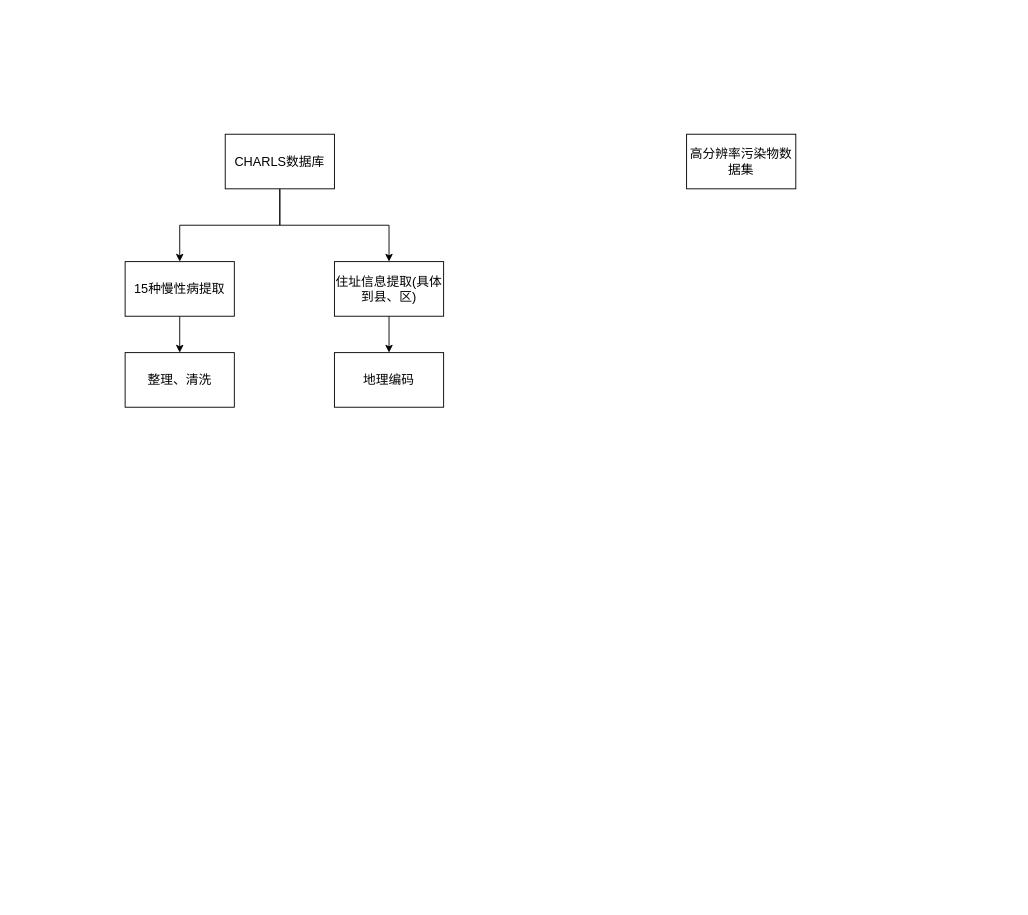
The draw.io diagram all/技术路线.drawio in 1059363121/iodraw-files, before the edit. Source tidied: cells renumbered, new cells numbered last; positions are measured from the earlier drawing's top-left corner, leaving out a move shared by most shapes. Both pictures are drawn from the tidied source at 91%, with x=0, y=0 at pixel (125, 134).
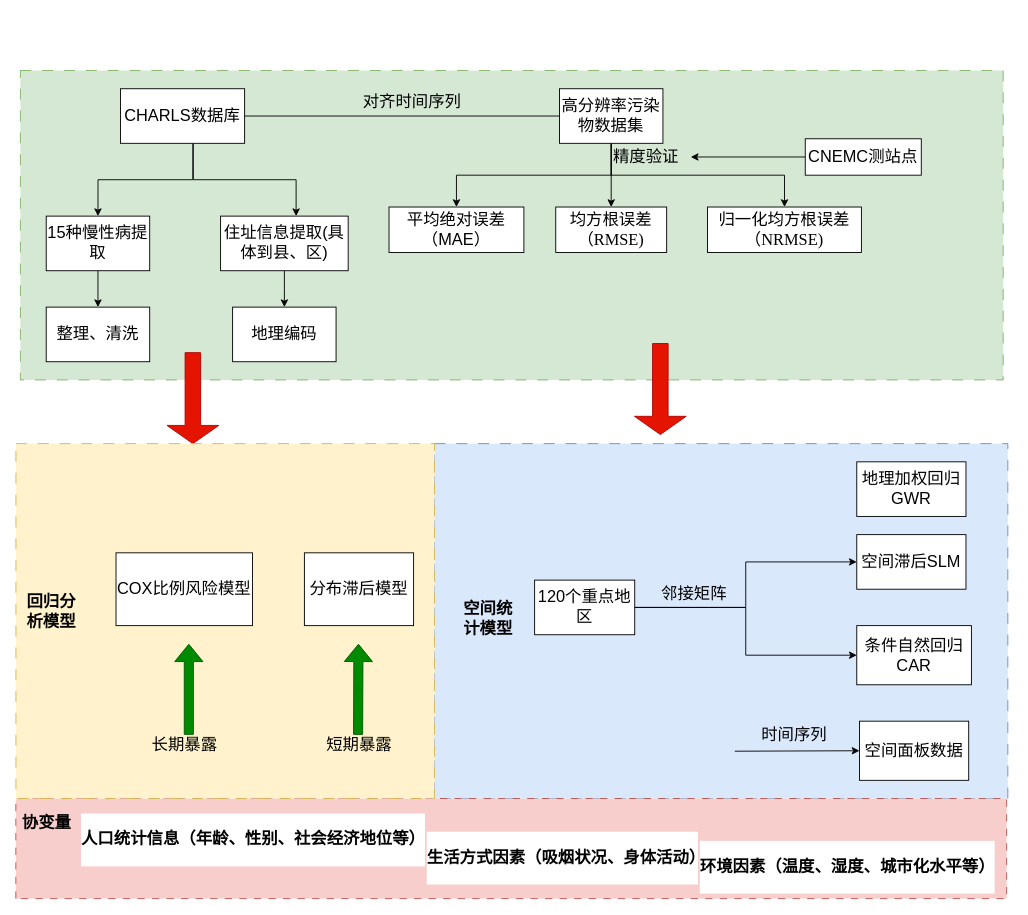
The same page after the edit.

Commit message:
更新技术路线.drawio

Change to the diagram source:
```diff
@@
+    <mxCell id="12" style="rounded=0;whiteSpace=wrap;html=1;dashed=1;dashPattern=12 12;fillColor=#dae8fc;strokeColor=#6c8ebf;fontSize=18;" parent="1" vertex="1">
+      <mxGeometry x="340" y="340" width="630" height="390" as="geometry" />
+    </mxCell>
+    <mxCell id="13" value="地理加权回归GWR" style="whiteSpace=wrap;html=1;fontSize=18;" parent="1" vertex="1">
+      <mxGeometry x="804" y="360" width="120" height="60" as="geometry" />
+    </mxCell>
+    <mxCell id="14" value="条件自然回归CAR" style="whiteSpace=wrap;html=1;strokeColor=default;align=center;verticalAlign=middle;fontFamily=Helvetica;fontSize=18;fontColor=default;fillColor=default;" parent="1" vertex="1">
+      <mxGeometry x="804" y="540" width="126" height="65" as="geometry" />
+    </mxCell>
+    <mxCell id="15" value="空间面板数据" style="whiteSpace=wrap;html=1;fontSize=18;" parent="1" vertex="1">
+      <mxGeometry x="807" y="645" width="120" height="65" as="geometry" />
+    </mxCell>
+    <mxCell id="16" style="edgeStyle=orthogonalEdgeStyle;rounded=0;jettySize=auto;html=1;entryX=0;entryY=0.5;entryDx=0;entryDy=0;fontSize=18;" parent="1" edge="1" source="18" target="20">
+      <mxGeometry relative="1" as="geometry" />
+    </mxCell>
+    <mxCell id="17" style="edgeStyle=orthogonalEdgeStyle;rounded=0;jettySize=auto;html=1;exitX=1;exitY=0.5;exitDx=0;exitDy=0;entryX=0;entryY=0.5;entryDx=0;entryDy=0;fontSize=18;" parent="1" edge="1" source="18" target="14">
+      <mxGeometry relative="1" as="geometry" />
+    </mxCell>
+    <mxCell id="18" value="120个重点地区" style="whiteSpace=wrap;html=1;rounded=0;strokeColor=default;align=center;verticalAlign=middle;fontFamily=Helvetica;fontSize=18;fontColor=default;fillColor=default;" parent="1" vertex="1">
+      <mxGeometry x="450" y="490" width="110" height="60" as="geometry" />
+    </mxCell>
+    <mxCell id="19" value="邻接矩阵" style="text;html=1;align=center;verticalAlign=middle;strokeColor=none;fillColor=none;fontSize=18;" parent="1" vertex="1">
+      <mxGeometry x="575" y="485" width="100" height="40" as="geometry" />
+    </mxCell>
+    <mxCell id="20" value="空间滞后SLM" style="whiteSpace=wrap;html=1;fontSize=18;" parent="1" vertex="1">
+      <mxGeometry x="804" y="440" width="120" height="60" as="geometry" />
+    </mxCell>
+    <mxCell id="21" style="rounded=0;whiteSpace=wrap;html=1;fillColor=#f8cecc;strokeColor=#b85450;rotation=-90;dashed=1;dashPattern=8 8;fontSize=18;" parent="1" vertex="1">
+      <mxGeometry x="369.3" y="240.6" width="110" height="1088.8" as="geometry" />
+    </mxCell>
+    <mxCell id="22" value="&lt;h1 style=&quot;margin-top: 0px; font-size: 18px;&quot;&gt;协变量&lt;/h1&gt;&lt;h3 style=&quot;font-size: 18px;&quot;&gt;&lt;br style=&quot;font-size: 18px;&quot;&gt;&lt;/h3&gt;" style="text;html=1;whiteSpace=wrap;overflow=hidden;rounded=0;fontSize=18;" parent="1" vertex="1">
+      <mxGeometry x="-115.1" y="740" width="75.1" height="40" as="geometry" />
+    </mxCell>
+    <mxCell id="23" style="endArrow=classic;html=1;rounded=0;entryX=0;entryY=0.5;entryDx=0;entryDy=0;fontSize=18;" parent="1" edge="1" target="15">
+      <mxGeometry relative="1" as="geometry">
+        <mxPoint x="670" y="678" as="sourcePoint" />
+      </mxGeometry>
+    </mxCell>
+    <mxCell id="24" value="&lt;font style=&quot;font-size: 18px;&quot;&gt;时间序列&lt;/font&gt;" style="text;html=1;align=center;verticalAlign=middle;strokeColor=none;fillColor=none;fontSize=18;" parent="1" vertex="1">
+      <mxGeometry x="685" y="640" width="100" height="40" as="geometry" />
+    </mxCell>
+    <mxCell id="25" style="group;html=1;fontSize=18;" parent="1" vertex="1">
+      <mxGeometry x="-115.1" y="-130" width="1090" height="470" as="geometry" />
+    </mxCell>
+    <mxCell id="26" style="rounded=0;whiteSpace=wrap;html=1;dashed=1;dashPattern=12 12;fillColor=#d5e8d4;strokeColor=#82b366;fontSize=18;" parent="25" vertex="1">
+      <mxGeometry y="60" width="1080" height="340" as="geometry" />
+    </mxCell>
-    <mxCell id="2" style="edgeStyle=orthogonalEdgeStyle;rounded=0;jettySize=auto;html=1;entryX=0.5;entryY=0;entryDx=0;entryDy=0;fontSize=14;" parent="1" edge="1" source="4" target="6">
+    <mxCell id="2" style="edgeStyle=orthogonalEdgeStyle;rounded=0;jettySize=auto;html=1;entryX=0.5;entryY=0;entryDx=0;entryDy=0;fontSize=18;exitX=0.583;exitY=1.004;exitDx=0;exitDy=0;exitPerimeter=0;" parent="25" edge="1" source="4" target="6">
       <mxGeometry relative="1" as="geometry" />
     </mxCell>
-    <mxCell id="3" style="edgeStyle=orthogonalEdgeStyle;rounded=0;jettySize=auto;html=1;fontSize=14;" parent="1" edge="1" source="4" target="8">
-      <mxGeometry relative="1" as="geometry" />
+    <mxCell id="3" style="edgeStyle=orthogonalEdgeStyle;rounded=0;jettySize=auto;html=1;fontSize=18;" parent="25" edge="1" source="4" target="8">
+      <mxGeometry relative="1" as="geometry">
+        <Array as="points">
+          <mxPoint x="190" y="180" />
+          <mxPoint x="303" y="180" />
+        </Array>
+      </mxGeometry>
     </mxCell>
-    <mxCell id="4" value="CHARLS数据库" style="rounded=0;whiteSpace=wrap;html=1;fontSize=14;" parent="1" vertex="1">
-      <mxGeometry x="110" width="120" height="60" as="geometry" />
+    <mxCell id="4" value="CHARLS数据库" style="rounded=0;whiteSpace=wrap;html=1;fontSize=18;" parent="25" vertex="1">
+      <mxGeometry x="110" y="80" width="136.4" height="60" as="geometry" />
     </mxCell>
-    <mxCell id="5" style="edgeStyle=orthogonalEdgeStyle;rounded=0;jettySize=auto;html=1;fontSize=14;" parent="1" edge="1" source="6" target="10">
+    <mxCell id="5" style="edgeStyle=orthogonalEdgeStyle;rounded=0;jettySize=auto;html=1;fontSize=18;" parent="25" edge="1" source="6" target="10">
       <mxGeometry relative="1" as="geometry" />
     </mxCell>
-    <mxCell id="6" value="15种慢性病提取" style="rounded=0;whiteSpace=wrap;html=1;fontSize=14;" parent="1" vertex="1">
-      <mxGeometry y="140" width="120" height="60" as="geometry" />
+    <mxCell id="6" value="15种慢性病提取" style="rounded=0;whiteSpace=wrap;html=1;fontSize=18;" parent="25" vertex="1">
+      <mxGeometry x="28.4" y="220" width="113.7" height="60" as="geometry" />
     </mxCell>
-    <mxCell id="7" style="edgeStyle=orthogonalEdgeStyle;rounded=0;jettySize=auto;html=1;exitX=0.5;exitY=1;exitDx=0;exitDy=0;fontSize=14;" parent="1" edge="1" source="8" target="9">
+    <mxCell id="7" style="edgeStyle=orthogonalEdgeStyle;rounded=0;jettySize=auto;html=1;exitX=0.5;exitY=1;exitDx=0;exitDy=0;fontSize=18;" parent="25" edge="1" source="8" target="9">
       <mxGeometry relative="1" as="geometry" />
     </mxCell>
-    <mxCell id="8" value="住址信息提取(具体到县、区)" style="rounded=0;whiteSpace=wrap;html=1;fontSize=14;" parent="1" vertex="1">
-      <mxGeometry x="230" y="140" width="120" height="60" as="geometry" />
+    <mxCell id="8" value="住址信息提取(具体到县、区)" style="rounded=0;whiteSpace=wrap;html=1;fontSize=18;" parent="25" vertex="1">
+      <mxGeometry x="220" y="220" width="140.2" height="60" as="geometry" />
     </mxCell>
-    <mxCell id="9" value="地理编码" style="rounded=0;whiteSpace=wrap;html=1;fontSize=14;" parent="1" vertex="1">
-      <mxGeometry x="230" y="240" width="120" height="60" as="geometry" />
+    <mxCell id="9" value="地理编码" style="rounded=0;whiteSpace=wrap;html=1;fontSize=18;" parent="25" vertex="1">
+      <mxGeometry x="233.2" y="320" width="113.7" height="60" as="geometry" />
     </mxCell>
-    <mxCell id="10" value="整理、清洗" style="rounded=0;whiteSpace=wrap;html=1;fontSize=14;" parent="1" vertex="1">
-      <mxGeometry y="240" width="120" height="60" as="geometry" />
+    <mxCell id="10" value="整理、清洗" style="rounded=0;whiteSpace=wrap;html=1;fontSize=18;" parent="25" vertex="1">
+      <mxGeometry x="28.4" y="320" width="113.7" height="60" as="geometry" />
     </mxCell>
+    <mxCell id="27" style="edgeStyle=orthogonalEdgeStyle;rounded=0;jettySize=auto;html=1;exitX=0.5;exitY=1;exitDx=0;exitDy=0;entryX=0.5;entryY=0;entryDx=0;entryDy=0;fontSize=18;" parent="25" edge="1" source="11" target="32">
+      <mxGeometry relative="1" as="geometry" />
+    </mxCell>
+    <mxCell id="28" style="edgeStyle=orthogonalEdgeStyle;rounded=0;jettySize=auto;html=1;exitX=0.5;exitY=1;exitDx=0;exitDy=0;entryX=0.5;entryY=0;entryDx=0;entryDy=0;fontSize=18;" parent="25" edge="1" source="11" target="34">
+      <mxGeometry relative="1" as="geometry" />
+    </mxCell>
+    <mxCell id="29" style="edgeStyle=orthogonalEdgeStyle;rounded=0;jettySize=auto;html=1;exitX=0.5;exitY=1;exitDx=0;exitDy=0;fontSize=18;" parent="25" edge="1" source="11" target="33">
+      <mxGeometry relative="1" as="geometry" />
+    </mxCell>
-    <mxCell id="11" value="高分辨率污染物数据集" style="rounded=0;whiteSpace=wrap;html=1;fontSize=14;" parent="1" vertex="1">
-      <mxGeometry x="617" width="120" height="60" as="geometry" />
+    <mxCell id="11" value="高分辨率污染物数据集" style="rounded=0;whiteSpace=wrap;html=1;fontSize=18;" parent="25" vertex="1">
+      <mxGeometry x="592.4" y="80" width="113.7" height="60" as="geometry" />
     </mxCell>
+    <mxCell id="30" style="endArrow=none;html=1;rounded=0;exitX=1;exitY=0.5;exitDx=0;exitDy=0;entryX=0;entryY=0.5;entryDx=0;entryDy=0;fontSize=18;" parent="25" edge="1" source="4" target="11">
+      <mxGeometry relative="1" as="geometry" />
+    </mxCell>
+    <mxCell id="31" value="对齐时间序列" style="text;html=1;align=center;verticalAlign=middle;strokeColor=none;fillColor=none;fontSize=18;" parent="25" vertex="1">
+      <mxGeometry x="364.7" y="75" width="130" height="40" as="geometry" />
+    </mxCell>
+    <mxCell id="32" value="平均绝对误差（MAE）" style="rounded=0;whiteSpace=wrap;html=1;fontSize=18;" parent="25" vertex="1">
+      <mxGeometry x="405.1" y="210" width="148.2" height="50" as="geometry" />
+    </mxCell>
+    <mxCell id="33" value="&lt;p style=&quot;font-size: 18px;&quot; class=&quot;MsoNormal&quot;&gt;&lt;span style=&quot;font-family: 宋体; font-size: 18px;&quot;&gt;&lt;font style=&quot;font-size: 18px;&quot; face=&quot;宋体&quot;&gt;归一化均方根误差&lt;/font&gt; &lt;font style=&quot;font-size: 18px;&quot; face=&quot;宋体&quot;&gt;（&lt;/font&gt;&lt;font style=&quot;font-size: 18px;&quot; face=&quot;Times New Roman&quot;&gt;NRMSE)&lt;/font&gt;&lt;/span&gt;&lt;/p&gt;" style="rounded=0;whiteSpace=wrap;html=1;fontSize=18;" parent="25" vertex="1">
+      <mxGeometry x="755.1" y="210" width="169.1" height="50" as="geometry" />
+    </mxCell>
+    <mxCell id="34" value="&lt;p style=&quot;font-size: 18px;&quot; class=&quot;MsoNormal&quot;&gt;&lt;span style=&quot;font-family: 宋体; font-size: 18px;&quot;&gt;&lt;font style=&quot;font-size: 18px;&quot; face=&quot;宋体&quot;&gt;均方根误差&lt;/font&gt; &lt;font style=&quot;font-size: 18px;&quot; face=&quot;宋体&quot;&gt;（&lt;/font&gt;&lt;font style=&quot;font-size: 18px;&quot; face=&quot;Times New Roman&quot;&gt;RMSE)&lt;/font&gt;&lt;/span&gt;&lt;/p&gt;" style="rounded=0;whiteSpace=wrap;html=1;fontSize=18;" parent="25" vertex="1">
+      <mxGeometry x="588.3" y="210" width="121.9" height="50" as="geometry" />
+    </mxCell>
+    <mxCell id="35" style="edgeStyle=orthogonalEdgeStyle;rounded=0;jettySize=auto;html=1;fontSize=18;" parent="25" edge="1" source="36" target="37">
+      <mxGeometry relative="1" as="geometry" />
+    </mxCell>
+    <mxCell id="36" value="&lt;p style=&quot;font-size: 18px;&quot; class=&quot;MsoNormal&quot;&gt;&lt;span style=&quot;font-family: 宋体; font-size: 18px;&quot;&gt;CNEMC测站点&lt;/span&gt;&lt;/p&gt;" style="rounded=0;whiteSpace=wrap;html=1;fontSize=18;" parent="25" vertex="1">
+      <mxGeometry x="862.5" y="135" width="127.5" height="40" as="geometry" />
+    </mxCell>
+    <mxCell id="37" value="精度验证" style="text;html=1;align=center;verticalAlign=middle;points=[];strokeColor=none;fillColor=none;fontSize=18;" parent="25" vertex="1">
+      <mxGeometry x="636.7" y="135" width="100" height="40" as="geometry" />
+    </mxCell>
+    <mxCell id="38" style="shape=singleArrow;direction=south;whiteSpace=wrap;html=1;fillColor=#e51400;fontColor=#ffffff;strokeColor=#B20000;fontSize=18;" parent="25" vertex="1">
+      <mxGeometry x="674.8" y="360" width="56.9" height="100" as="geometry" />
+    </mxCell>
+    <mxCell id="39" style="shape=singleArrow;direction=south;whiteSpace=wrap;html=1;fillColor=#e51400;fontColor=#ffffff;strokeColor=#B20000;fontSize=18;" parent="25" vertex="1">
+      <mxGeometry x="161.1" y="370" width="56.9" height="100" as="geometry" />
+    </mxCell>
+    <mxCell id="40" value="&lt;h1 style=&quot;font-size: 18px;&quot;&gt;&lt;b style=&quot;font-size: 18px;&quot;&gt;&lt;span style=&quot;font-family: 宋体; font-size: 18px;&quot;&gt;&lt;font style=&quot;font-size: 18px;&quot;&gt;空间统计模型&lt;/font&gt;&lt;/span&gt;&lt;/b&gt;&lt;/h1&gt;" style="text;html=1;align=left;verticalAlign=middle;rounded=0;fontSize=18;whiteSpace=wrap;" parent="1" vertex="1">
+      <mxGeometry x="370" y="440" width="60" height="185" as="geometry" />
+    </mxCell>
+    <mxCell id="41" style="group;html=1;fontSize=18;" parent="1" vertex="1">
+      <mxGeometry x="-120" y="340" width="460" height="390" as="geometry" />
+    </mxCell>
+    <mxCell id="42" style="rounded=0;whiteSpace=wrap;html=1;dashed=1;dashPattern=12 12;fillColor=#fff2cc;strokeColor=#d6b656;fontSize=18;" parent="41" vertex="1">
+      <mxGeometry width="460" height="390" as="geometry" />
+    </mxCell>
+    <mxCell id="43" value="COX比例风险模型" style="whiteSpace=wrap;html=1;fontSize=18;" parent="41" vertex="1">
+      <mxGeometry x="110" y="120" width="150" height="80" as="geometry" />
+    </mxCell>
+    <mxCell id="44" value="分布滞后模型" style="whiteSpace=wrap;html=1;fontSize=18;" parent="41" vertex="1">
+      <mxGeometry x="317" y="120" width="120" height="80" as="geometry" />
+    </mxCell>
+    <mxCell id="45" style="shape=flexArrow;endArrow=classic;html=1;rounded=0;fillColor=#008a00;strokeColor=#005700;fontSize=18;" parent="41" edge="1">
+      <mxGeometry relative="1" as="geometry">
+        <mxPoint x="190" y="320" as="sourcePoint" />
+        <mxPoint x="190" y="220" as="targetPoint" />
+      </mxGeometry>
+    </mxCell>
+    <mxCell id="46" style="shape=flexArrow;endArrow=classic;html=1;rounded=0;labelBackgroundColor=#006633;fillColor=#008a00;strokeColor=#005700;fontSize=18;" parent="41" edge="1">
+      <mxGeometry relative="1" as="geometry">
+        <mxPoint x="376" y="320" as="sourcePoint" />
+        <mxPoint x="376.4" y="220" as="targetPoint" />
+      </mxGeometry>
+    </mxCell>
+    <mxCell id="47" value="长期暴露" style="text;html=1;align=center;verticalAlign=middle;strokeColor=none;fillColor=none;fontSize=18;" parent="41" vertex="1">
+      <mxGeometry x="135" y="311" width="100" height="40" as="geometry" />
+    </mxCell>
+    <mxCell id="48" value="短期暴露" style="text;html=1;align=center;verticalAlign=middle;strokeColor=none;fillColor=none;fontSize=18;" parent="41" vertex="1">
+      <mxGeometry x="327" y="311" width="100" height="40" as="geometry" />
+    </mxCell>
+    <mxCell id="49" value="&lt;h1 style=&quot;font-size: 18px;&quot;&gt;&lt;b style=&quot;font-size: 18px;&quot;&gt;&lt;span style=&quot;font-family: 宋体; font-size: 18px;&quot;&gt;&lt;font style=&quot;font-size: 18px;&quot;&gt;回归分析模型&lt;/font&gt;&lt;/span&gt;&lt;/b&gt;&lt;/h1&gt;" style="text;html=1;align=left;verticalAlign=middle;whiteSpace=wrap;rounded=0;fontSize=18;" parent="41" vertex="1">
+      <mxGeometry x="10" width="60" height="370" as="geometry" />
+    </mxCell>
+    <mxCell id="50" value="&lt;h3 style=&quot;forced-color-adjust: none; color: rgb(0, 0, 0); font-family: Helvetica; font-style: normal; font-variant-ligatures: normal; font-variant-caps: normal; letter-spacing: normal; orphans: 2; text-align: left; text-indent: 0px; text-transform: none; widows: 2; word-spacing: 0px; -webkit-text-stroke-width: 0px; white-space: normal; text-decoration-thickness: initial; text-decoration-style: initial; text-decoration-color: initial; font-size: 18px;&quot;&gt;&lt;span style=&quot;forced-color-adjust: none; font-size: 18px;&quot;&gt;&lt;font style=&quot;font-size: 18px;&quot;&gt;人口统计信息（年龄、性别、社会经济地位等）&lt;/font&gt;&lt;/span&gt;&lt;/h3&gt;" style="text;html=1;fontSize=18;labelBackgroundColor=default;whiteSpace=wrap;" parent="1" vertex="1">
+      <mxGeometry x="-50" y="740" width="470" height="70" as="geometry" />
+    </mxCell>
+    <mxCell id="51" value="&lt;h3 style=&quot;forced-color-adjust: none; color: rgb(0, 0, 0); font-family: Helvetica; font-style: normal; font-variant-ligatures: normal; font-variant-caps: normal; letter-spacing: normal; orphans: 2; text-align: left; text-indent: 0px; text-transform: none; widows: 2; word-spacing: 0px; -webkit-text-stroke-width: 0px; white-space: normal; text-decoration-thickness: initial; text-decoration-style: initial; text-decoration-color: initial; font-size: 18px;&quot;&gt;&lt;font style=&quot;forced-color-adjust: none; font-size: 18px;&quot;&gt;生活方式因素（吸烟状况、身体活动）&lt;/font&gt;&lt;/h3&gt;" style="text;whiteSpace=wrap;html=1;fontSize=18;labelBackgroundColor=default;" parent="1" vertex="1">
+      <mxGeometry x="330" y="760" width="300" height="70" as="geometry" />
+    </mxCell>
+    <mxCell id="52" value="&lt;h3 style=&quot;forced-color-adjust: none; color: rgb(0, 0, 0); font-family: Helvetica; font-style: normal; font-variant-ligatures: normal; font-variant-caps: normal; letter-spacing: normal; orphans: 2; text-align: left; text-indent: 0px; text-transform: none; widows: 2; word-spacing: 0px; -webkit-text-stroke-width: 0px; white-space: normal; text-decoration-thickness: initial; text-decoration-style: initial; text-decoration-color: initial; font-size: 18px;&quot;&gt;&lt;font style=&quot;forced-color-adjust: none; font-size: 18px;&quot;&gt;环境因素（温度、湿度、城市化水平等）&lt;/font&gt;&lt;/h3&gt;" style="text;whiteSpace=wrap;html=1;fontSize=18;labelBackgroundColor=default;" parent="1" vertex="1">
+      <mxGeometry x="630" y="770" width="330" height="70" as="geometry" />
+    </mxCell>
```
